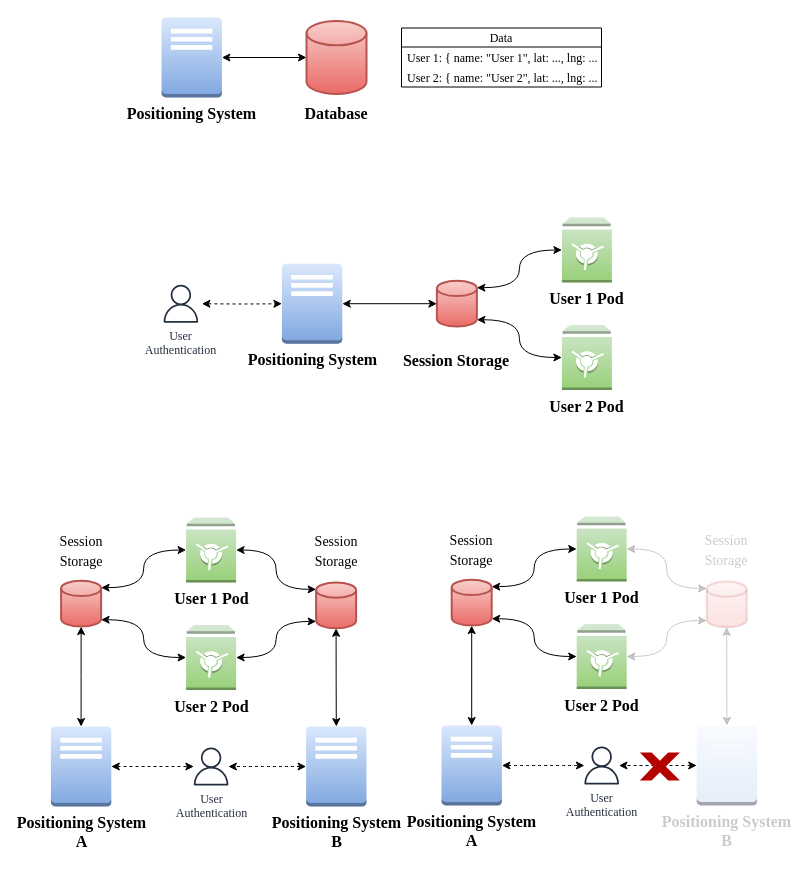
Above: page "Page-2" (1 of 3) of docs/media/images/solid.drawio in OpenHPS/openhps-solid (draw.io), before the change. Source tidied: cells renumbered, new cells numbered last; positions are measured from the earlier drawing's top-left corner, leaving out a move shared by most shapes. Both pictures are drawn from the tidied source at 100%, with x=0, y=0 at pixel (50, 17).
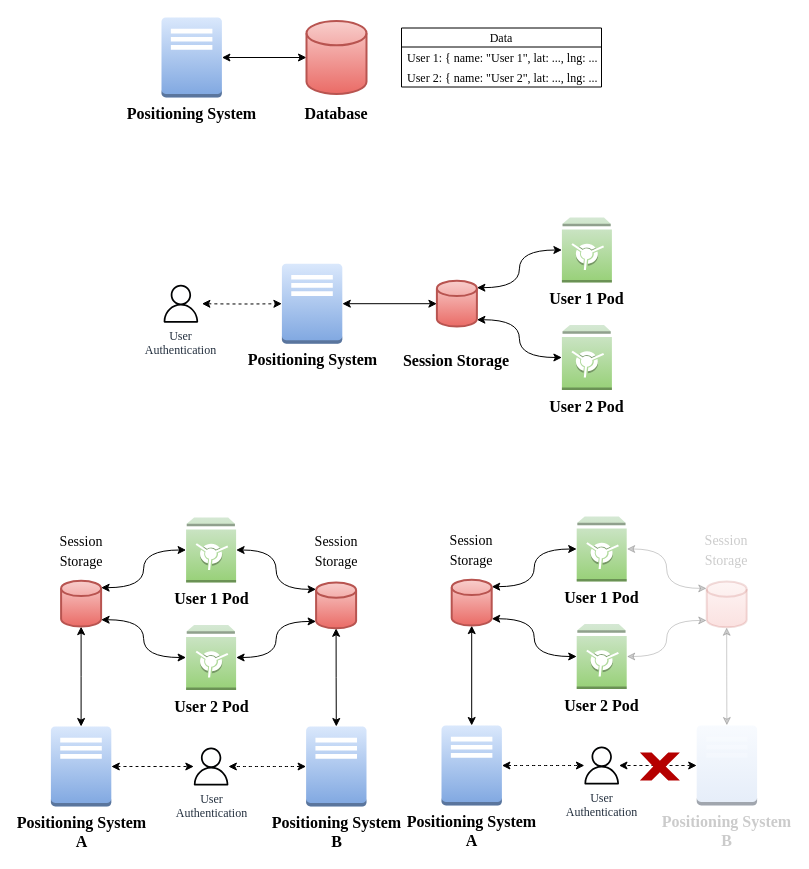
Above is the later version.

The edit, as a diff of the source:
```diff
@@
-    <mxCell id="33" value="User&lt;br&gt;Authentication" style="sketch=0;fontColor=#232F3E;gradientColor=none;fillColor=#232F3E;strokeColor=none;dashed=0;verticalLabelPosition=bottom;verticalAlign=top;align=center;html=1;fontSize=12;fontStyle=0;shape=mxgraph.aws4.user;fontFamily=Garamond;" parent="1" vertex="1">
+    <mxCell id="33" value="User&lt;br&gt;Authentication" style="sketch=0;fontColor=#232F3E;gradientColor=none;fillColor=#010203;strokeColor=none;dashed=0;verticalLabelPosition=bottom;verticalAlign=top;align=center;html=1;fontSize=12;fontStyle=0;shape=mxgraph.aws4.user;fontFamily=Garamond;" parent="1" vertex="1">
       <mxGeometry x="111.4" y="267.2" width="38" height="38" as="geometry" />
     </mxCell>
-    <mxCell id="34" value="User&lt;br&gt;Authentication" style="sketch=0;outlineConnect=0;fontColor=#232F3E;gradientColor=none;fillColor=#232F3E;strokeColor=none;dashed=0;verticalLabelPosition=bottom;verticalAlign=top;align=center;html=1;fontSize=12;fontStyle=0;shape=mxgraph.aws4.user;fontFamily=Garamond;" parent="1" vertex="1">
+    <mxCell id="34" value="User&lt;br&gt;Authentication" style="sketch=0;outlineConnect=0;fontColor=#232F3E;gradientColor=none;fillColor=#010203;strokeColor=none;dashed=0;verticalLabelPosition=bottom;verticalAlign=top;align=center;html=1;fontSize=12;fontStyle=0;shape=mxgraph.aws4.user;fontFamily=Garamond;" parent="1" vertex="1">
       <mxGeometry x="141.6" y="730" width="38" height="38" as="geometry" />
     </mxCell>
@@
-    <mxCell id="51" value="User&lt;br&gt;Authentication" style="sketch=0;outlineConnect=0;fontColor=#232F3E;gradientColor=none;fillColor=#232F3E;strokeColor=none;dashed=0;verticalLabelPosition=bottom;verticalAlign=top;align=center;html=1;fontSize=12;fontStyle=0;shape=mxgraph.aws4.user;fontFamily=Garamond;" parent="1" vertex="1">
+    <mxCell id="51" value="User&lt;br&gt;Authentication" style="sketch=0;outlineConnect=0;fontColor=#232F3E;gradientColor=none;fillColor=#010203;strokeColor=none;dashed=0;verticalLabelPosition=bottom;verticalAlign=top;align=center;html=1;fontSize=12;fontStyle=0;shape=mxgraph.aws4.user;fontFamily=Garamond;" parent="1" vertex="1">
       <mxGeometry x="532.2" y="729" width="38" height="38" as="geometry" />
     </mxCell>
```
